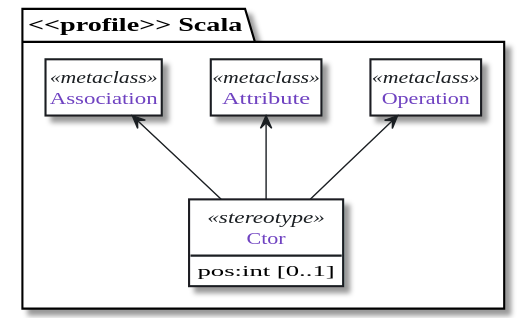
tizuck/scala-uml-diagrams keeps this PlantUML diagram as out/uml-meta-model-extensions/scala.profile.ctor/scala.profile.ctor.svg. Above is the earlier version.
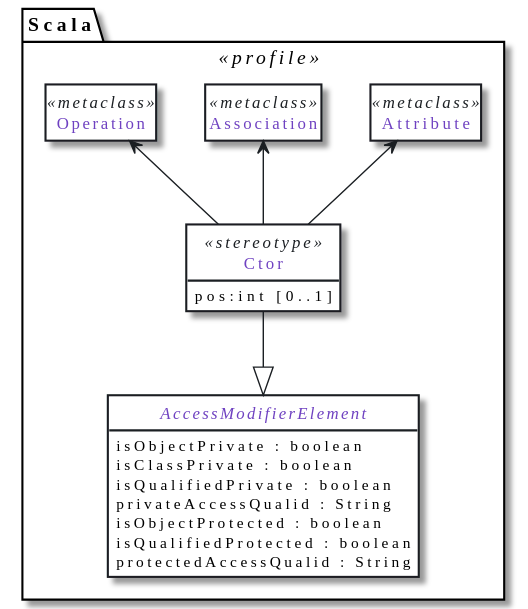
The same diagram one commit later.

Change to the diagram source:
```diff
@@ -1,9 +1,20 @@
 @startuml
 
-package "<<profile>> Scala" #00 {
-    class Operation <<metaclass>>
+package Scala <<profile>> {
+
     class Attribute <<metaclass>>
     class Association <<metaclass>>
+    class Operation <<metaclass>>
+
+    abstract class AccessModifierElement {
+        isObjectPrivate : boolean
+        isClassPrivate : boolean
+        isQualifiedPrivate : boolean
+        privateAccessQualid : String
+        isObjectProtected : boolean
+        isQualifiedProtected : boolean
+        protectedAccessQualid : String
+    }
 
     class Ctor <<stereotype>> {
         pos:int [0..1]
@@ -12,13 +23,15 @@
     Operation <-- Ctor
     Attribute <-- Ctor
     Association <-- Ctor
+    Ctor --|> AccessModifierElement
 }
 
 hide class circle
-hide Operation members
 hide Attribute members
 hide Association members
 hide Ctor methods
+hide AccessModifierElement methods
+hide <<metaclass>> members
 
 skinparam defaultFontName Source Code Pro
 
```
